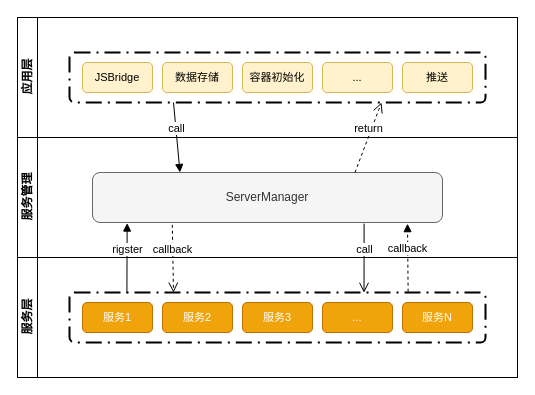
This is notes/design/WebView.drawio from yyht800/SiGuoYa, a draw.io file, before an edit. Source tidied: cells renumbered, new cells numbered last; positions are measured from the earlier drawing's top-left corner, leaving out a move shared by most shapes. Both pictures are drawn from the tidied source at 100%, with x=0, y=0 at pixel (17, 17).
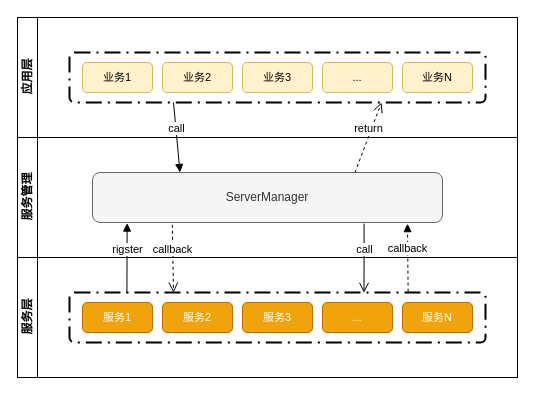
The same page after the edit.

Unchanged cells that the change refers to:
```xml
<mxCell id="3" value="应用层" style="swimlane;html=1;startSize=20;horizontal=0;" parent="2" vertex="1">
  <mxGeometry width="500" height="120" as="geometry" />
</mxCell>
```

What changed in the source:
```diff
@@
+    <mxCell id="9" style="rounded=1;arcSize=10;dashed=1;strokeColor=#000000;fillColor=none;gradientColor=none;dashPattern=8 3 1 3;strokeWidth=2;glass=0;" parent="3" vertex="1">
+      <mxGeometry x="52" y="35" width="416" height="50" as="geometry" />
+    </mxCell>
-    <mxCell id="4" value="&lt;span style=&quot;font-size: 11px&quot;&gt;JSBridge&lt;/span&gt;" style="rounded=1;whiteSpace=wrap;html=1;fillColor=#fff2cc;strokeColor=#d6b656;glass=0;" parent="3" vertex="1">
+    <mxCell id="4" value="&lt;span style=&quot;font-size: 11px&quot;&gt;业务1&lt;/span&gt;" style="rounded=1;whiteSpace=wrap;html=1;fillColor=#fff2cc;strokeColor=#d6b656;glass=0;" parent="3" vertex="1">
       <mxGeometry x="65" y="45" width="70" height="30" as="geometry" />
     </mxCell>
-    <mxCell id="5" value="&lt;span style=&quot;font-size: 11px&quot;&gt;数据存储&lt;/span&gt;" style="rounded=1;whiteSpace=wrap;html=1;fillColor=#fff2cc;strokeColor=#d6b656;glass=0;" parent="3" vertex="1">
+    <mxCell id="5" value="&lt;span style=&quot;font-size: 11px&quot;&gt;业务2&lt;/span&gt;" style="rounded=1;whiteSpace=wrap;html=1;fillColor=#fff2cc;strokeColor=#d6b656;glass=0;" parent="3" vertex="1">
       <mxGeometry x="145" y="45" width="70" height="30" as="geometry" />
     </mxCell>
-    <mxCell id="6" value="&lt;span style=&quot;font-size: 11px&quot;&gt;容器初始化&lt;/span&gt;" style="rounded=1;whiteSpace=wrap;html=1;fillColor=#fff2cc;strokeColor=#d6b656;glass=0;" parent="3" vertex="1">
+    <mxCell id="6" value="&lt;span style=&quot;font-size: 11px&quot;&gt;业务3&lt;/span&gt;" style="rounded=1;whiteSpace=wrap;html=1;fillColor=#fff2cc;strokeColor=#d6b656;glass=0;" parent="3" vertex="1">
       <mxGeometry x="225" y="45" width="70" height="30" as="geometry" />
     </mxCell>
@@
-    <mxCell id="8" value="&lt;span style=&quot;font-size: 11px&quot;&gt;推送&lt;/span&gt;" style="rounded=1;whiteSpace=wrap;html=1;fillColor=#fff2cc;strokeColor=#d6b656;glass=0;" parent="3" vertex="1">
+    <mxCell id="8" value="&lt;span style=&quot;font-size: 11px&quot;&gt;业务N&lt;/span&gt;" style="rounded=1;whiteSpace=wrap;html=1;fillColor=#fff2cc;strokeColor=#d6b656;glass=0;" parent="3" vertex="1">
       <mxGeometry x="385" y="45" width="70" height="30" as="geometry" />
     </mxCell>
-    <mxCell id="9" style="rounded=1;arcSize=10;dashed=1;strokeColor=#000000;fillColor=none;gradientColor=none;dashPattern=8 3 1 3;strokeWidth=2;glass=0;" parent="3" vertex="1">
-      <mxGeometry x="52" y="35" width="416" height="50" as="geometry" />
-    </mxCell>
```
